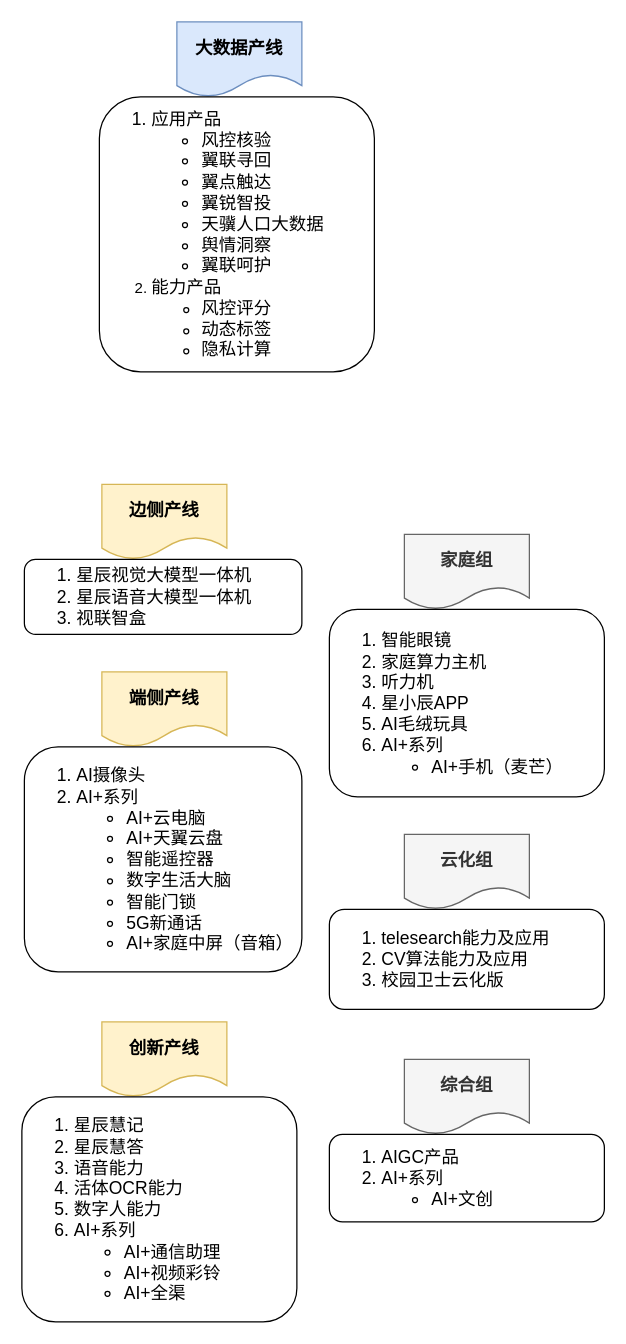
The draw.io diagram 产线产品对应.drawio in JQLIANG77/drowio, before the edit. Source tidied: cells renumbered, new cells numbered last; positions are measured from the earlier drawing's top-left corner, leaving out a move shared by most shapes. Both pictures are drawn from the tidied source at 125%, with x=0, y=0 at pixel (21, 21).
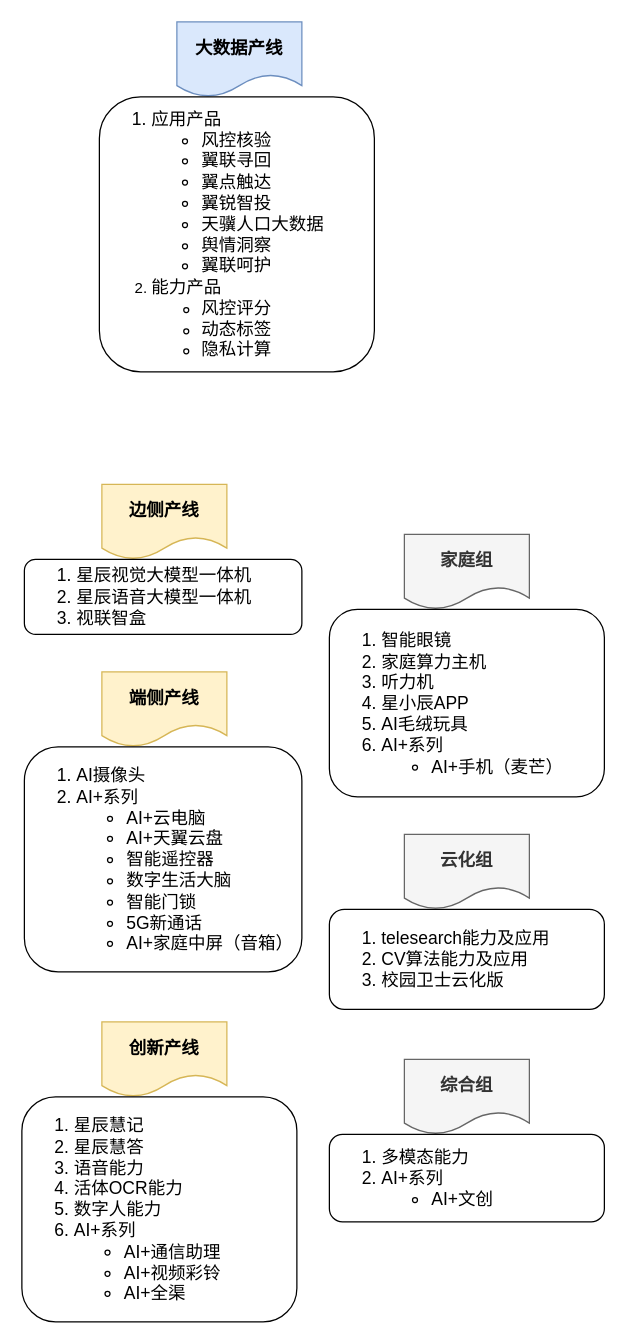
The same diagram, later.

Commit message:
更新产线产品对应.drawio

Change to the diagram source:
```diff
@@
 <mxGraphModel>
   <root>
     <mxCell id="0" />
     <mxCell id="1" parent="0" />
     <mxCell id="2" value="&lt;font style=&quot;font-size: 14px;&quot;&gt;&lt;b&gt;边侧产线&lt;/b&gt;&lt;/font&gt;" style="shape=document;whiteSpace=wrap;html=1;boundedLbl=1;fillColor=#fff2cc;strokeColor=#d6b656;" parent="1" vertex="1">
       <mxGeometry x="64" y="370" width="100" height="60" as="geometry" />
     </mxCell>
     <mxCell id="3" value="&lt;ol style=&quot;font-size: 14px;&quot;&gt;&lt;li&gt;星辰视觉大模型一体机&lt;/li&gt;&lt;li&gt;星辰语音大模型一体机&lt;/li&gt;&lt;li&gt;视联智盒&lt;/li&gt;&lt;/ol&gt;" style="rounded=1;whiteSpace=wrap;html=1;align=left;" parent="1" vertex="1">
       <mxGeometry x="2" y="430" width="222" height="60" as="geometry" />
     </mxCell>
     <mxCell id="4" value="&lt;font style=&quot;font-size: 14px;&quot;&gt;&lt;b&gt;端侧产线&lt;/b&gt;&lt;/font&gt;" style="shape=document;whiteSpace=wrap;html=1;boundedLbl=1;fillColor=#fff2cc;strokeColor=#d6b656;" parent="1" vertex="1">
       <mxGeometry x="64" y="520" width="100" height="60" as="geometry" />
     </mxCell>
     <mxCell id="5" value="&lt;ol style=&quot;font-size: 14px;&quot;&gt;&lt;li style=&quot;&quot;&gt;AI摄像头&lt;/li&gt;&lt;li style=&quot;&quot;&gt;AI+系列&lt;/li&gt;&lt;ul&gt;&lt;li style=&quot;&quot;&gt;&lt;span style=&quot;&quot;&gt;AI+云电脑&lt;/span&gt;&lt;/li&gt;&lt;li style=&quot;&quot;&gt;&lt;span style=&quot;&quot;&gt;AI+天翼云盘&lt;/span&gt;&lt;/li&gt;&lt;li style=&quot;&quot;&gt;&lt;span style=&quot;&quot;&gt;智能遥控器&lt;/span&gt;&lt;/li&gt;&lt;li style=&quot;&quot;&gt;&lt;span style=&quot;&quot;&gt;数字生活大脑&lt;/span&gt;&lt;/li&gt;&lt;li style=&quot;&quot;&gt;&lt;span style=&quot;&quot;&gt;智能门锁&lt;/span&gt;&lt;/li&gt;&lt;li style=&quot;&quot;&gt;&lt;span style=&quot;&quot;&gt;5G新通话&lt;/span&gt;&lt;/li&gt;&lt;li style=&quot;&quot;&gt;&lt;span style=&quot;&quot;&gt;AI+家庭中屏（音箱）&lt;/span&gt;&lt;/li&gt;&lt;/ul&gt;&lt;/ol&gt;" style="rounded=1;whiteSpace=wrap;html=1;align=left;" parent="1" vertex="1">
       <mxGeometry x="2" y="580" width="222" height="180" as="geometry" />
     </mxCell>
     <mxCell id="6" value="&lt;font style=&quot;font-size: 14px;&quot;&gt;&lt;b&gt;创新产线&lt;/b&gt;&lt;/font&gt;" style="shape=document;whiteSpace=wrap;html=1;boundedLbl=1;fillColor=#fff2cc;strokeColor=#d6b656;" parent="1" vertex="1">
       <mxGeometry x="64" y="800" width="100" height="60" as="geometry" />
     </mxCell>
     <mxCell id="7" value="&lt;ol style=&quot;font-size: 14px;&quot;&gt;&lt;li&gt;星辰慧记&lt;/li&gt;&lt;li&gt;星辰慧答&lt;/li&gt;&lt;li&gt;语音能力&lt;/li&gt;&lt;li&gt;活体OCR能力&lt;/li&gt;&lt;li&gt;数字人能力&lt;/li&gt;&lt;li&gt;AI+系列&lt;/li&gt;&lt;ul&gt;&lt;li&gt;AI+通信助理&lt;/li&gt;&lt;li&gt;AI+视频彩铃&lt;/li&gt;&lt;li&gt;AI+全渠&lt;/li&gt;&lt;/ul&gt;&lt;/ol&gt;" style="rounded=1;whiteSpace=wrap;html=1;align=left;" parent="1" vertex="1">
       <mxGeometry y="860" width="220" height="180" as="geometry" />
     </mxCell>
     <mxCell id="8" value="&lt;font style=&quot;font-size: 14px;&quot;&gt;&lt;b&gt;家庭组&lt;/b&gt;&lt;/font&gt;" style="shape=document;whiteSpace=wrap;html=1;boundedLbl=1;fillColor=#f5f5f5;fontColor=#333333;strokeColor=#666666;" parent="1" vertex="1">
       <mxGeometry x="306" y="410" width="100" height="60" as="geometry" />
     </mxCell>
     <mxCell id="9" value="&lt;ol style=&quot;font-size: 14px;&quot;&gt;&lt;li&gt;智能眼镜&lt;/li&gt;&lt;li&gt;家庭算力主机&lt;/li&gt;&lt;li&gt;听力机&lt;/li&gt;&lt;li&gt;星小辰APP&lt;/li&gt;&lt;li&gt;AI毛绒玩具&lt;/li&gt;&lt;li&gt;AI+系列&lt;/li&gt;&lt;ul&gt;&lt;li&gt;AI+手机（麦芒）&lt;/li&gt;&lt;/ul&gt;&lt;/ol&gt;" style="rounded=1;whiteSpace=wrap;html=1;align=left;" parent="1" vertex="1">
       <mxGeometry x="246" y="470" width="220" height="150" as="geometry" />
     </mxCell>
     <mxCell id="10" value="&lt;font style=&quot;font-size: 14px;&quot;&gt;&lt;b&gt;综合组&lt;/b&gt;&lt;/font&gt;" style="shape=document;whiteSpace=wrap;html=1;boundedLbl=1;fillColor=#f5f5f5;fontColor=#333333;strokeColor=#666666;" parent="1" vertex="1">
       <mxGeometry x="306" y="830" width="100" height="60" as="geometry" />
     </mxCell>
     <mxCell id="11" value="&lt;ol style=&quot;font-size: 14px;&quot;&gt;&lt;li&gt;telesearch能力及应用&lt;/li&gt;&lt;li&gt;CV算法能力及应用&lt;/li&gt;&lt;li&gt;校园卫士云化版&lt;/li&gt;&lt;/ol&gt;" style="rounded=1;whiteSpace=wrap;html=1;align=left;" parent="1" vertex="1">
       <mxGeometry x="246" y="710" width="220" height="80" as="geometry" />
     </mxCell>
     <mxCell id="12" value="&lt;font style=&quot;font-size: 14px;&quot;&gt;&lt;b&gt;云化组&lt;/b&gt;&lt;/font&gt;" style="shape=document;whiteSpace=wrap;html=1;boundedLbl=1;fillColor=#f5f5f5;fontColor=#333333;strokeColor=#666666;" parent="1" vertex="1">
       <mxGeometry x="306" y="650" width="100" height="60" as="geometry" />
     </mxCell>
-    <mxCell id="13" value="&lt;ol style=&quot;font-size: 14px;&quot;&gt;&lt;li&gt;AIGC产品&lt;/li&gt;&lt;li&gt;AI+系列&lt;/li&gt;&lt;ul&gt;&lt;li&gt;AI+文创&lt;/li&gt;&lt;/ul&gt;&lt;/ol&gt;" style="rounded=1;whiteSpace=wrap;html=1;align=left;" parent="1" vertex="1">
+    <mxCell id="13" value="&lt;ol style=&quot;font-size: 14px;&quot;&gt;&lt;li&gt;多模态能力&lt;/li&gt;&lt;li&gt;AI+系列&lt;/li&gt;&lt;ul&gt;&lt;li&gt;AI+文创&lt;/li&gt;&lt;/ul&gt;&lt;/ol&gt;" style="rounded=1;whiteSpace=wrap;html=1;align=left;" parent="1" vertex="1">
       <mxGeometry x="246" y="890" width="220" height="70" as="geometry" />
     </mxCell>
     <mxCell id="14" value="&lt;font style=&quot;font-size: 14px;&quot;&gt;&lt;b&gt;大数据产线&lt;/b&gt;&lt;/font&gt;" style="shape=document;whiteSpace=wrap;html=1;boundedLbl=1;fillColor=#dae8fc;strokeColor=#6c8ebf;" parent="1" vertex="1">
       <mxGeometry x="124" width="100" height="60" as="geometry" />
     </mxCell>
     <mxCell id="15" value="&lt;ol style=&quot;&quot;&gt;&lt;li style=&quot;font-size: 14px;&quot;&gt;应用产品&lt;/li&gt;&lt;ul style=&quot;font-size: 14px;&quot;&gt;&lt;li&gt;风控核验&lt;/li&gt;&lt;li&gt;翼联寻回&lt;/li&gt;&lt;li&gt;翼点触达&lt;/li&gt;&lt;li&gt;翼锐智投&lt;/li&gt;&lt;li&gt;天骥人口大数据&lt;/li&gt;&lt;li&gt;舆情洞察&lt;/li&gt;&lt;li&gt;翼联呵护&lt;/li&gt;&lt;/ul&gt;&lt;li style=&quot;&quot;&gt;&lt;span style=&quot;font-size: 14px;&quot;&gt;能力产品&lt;/span&gt;&lt;/li&gt;&lt;ul&gt;&lt;li style=&quot;&quot;&gt;&lt;span style=&quot;font-size: 14px;&quot;&gt;风控评分&lt;/span&gt;&lt;/li&gt;&lt;li style=&quot;&quot;&gt;&lt;span style=&quot;font-size: 14px;&quot;&gt;动态标签&lt;/span&gt;&lt;/li&gt;&lt;li style=&quot;&quot;&gt;&lt;span style=&quot;font-size: 14px;&quot;&gt;隐私计算&lt;/span&gt;&lt;/li&gt;&lt;/ul&gt;&lt;/ol&gt;" style="rounded=1;whiteSpace=wrap;html=1;align=left;" parent="1" vertex="1">
       <mxGeometry x="62" y="60" width="220" height="220" as="geometry" />
     </mxCell>
   </root>
 </mxGraphModel>
```
